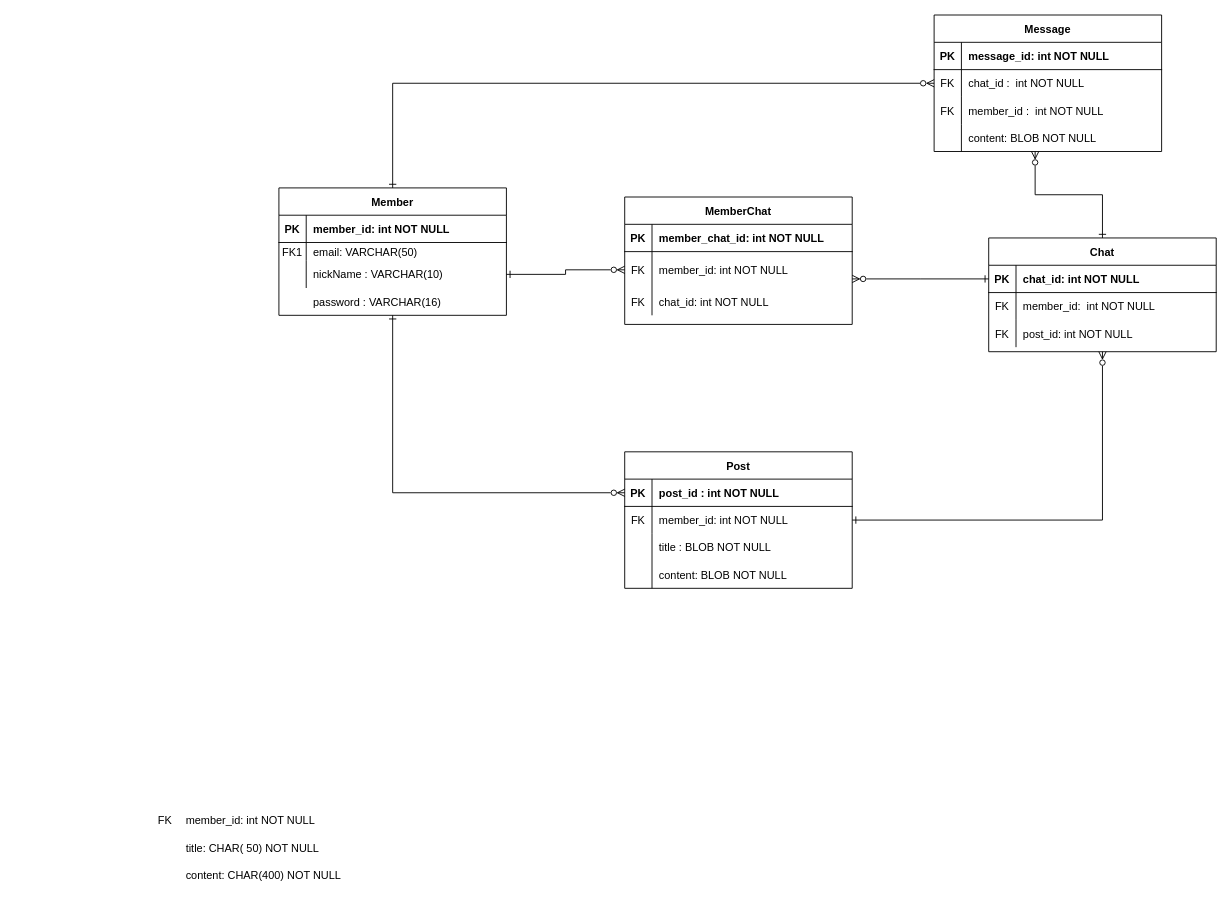
The draw.io diagram ERD.drawio in rlagudtn/Share, before the edit. Source tidied: cells renumbered, new cells numbered last; positions are measured from the earlier drawing's top-left corner, leaving out a move shared by most shapes. Both pictures are drawn from the tidied source at 91%, with x=0, y=0 at pixel (151, 15).
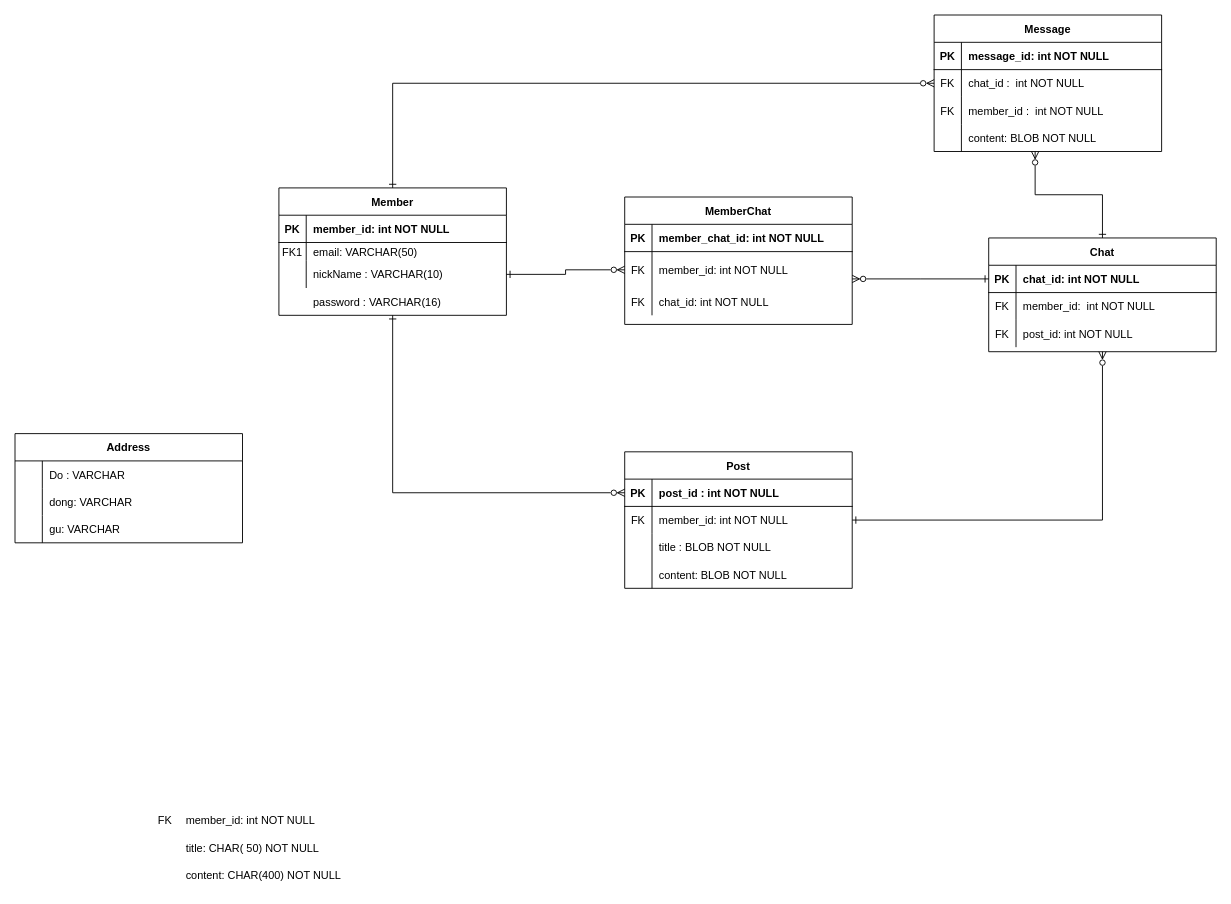
Above is the later version.

The edit, as a diff of the source:
```diff
@@
+    <mxCell id="76" value="Address" style="shape=table;startSize=30;childLayout=tableLayout;rowLines=0;fontStyle=1;align=center;" parent="1" vertex="1">
+      <mxGeometry x="-150" y="460" width="250" height="120" as="geometry" />
+    </mxCell>
+    <mxCell id="77" style="shape=partialRectangle;fillColor=none;top=0;left=0;right=0;bottom=0;" parent="76" vertex="1">
+      <mxGeometry y="30" width="250" height="30" as="geometry" />
+    </mxCell>
+    <mxCell id="78" style="shape=partialRectangle;overflow=hidden;fillColor=none;top=0;left=0;bottom=0;right=0;" parent="77" vertex="1">
+      <mxGeometry width="30" height="30" as="geometry" />
+    </mxCell>
+    <mxCell id="79" value="Do : VARCHAR" style="shape=partialRectangle;overflow=hidden;fillColor=none;top=0;left=0;bottom=0;right=0;align=left;spacingLeft=6;" parent="77" vertex="1">
+      <mxGeometry x="30" width="220" height="30" as="geometry" />
+    </mxCell>
+    <mxCell id="80" style="shape=partialRectangle;fillColor=none;top=0;left=0;right=0;bottom=0;" parent="76" vertex="1">
+      <mxGeometry y="60" width="250" height="30" as="geometry" />
+    </mxCell>
+    <mxCell id="81" style="shape=partialRectangle;overflow=hidden;fillColor=none;top=0;left=0;bottom=0;right=0;" parent="80" vertex="1">
+      <mxGeometry width="30" height="30" as="geometry" />
+    </mxCell>
+    <mxCell id="82" value="dong: VARCHAR" style="shape=partialRectangle;overflow=hidden;fillColor=none;top=0;left=0;bottom=0;right=0;align=left;spacingLeft=6;" parent="80" vertex="1">
+      <mxGeometry x="30" width="220" height="30" as="geometry" />
+    </mxCell>
+    <mxCell id="83" style="shape=partialRectangle;fillColor=none;top=0;left=0;right=0;bottom=0;" parent="76" vertex="1">
+      <mxGeometry y="90" width="250" height="30" as="geometry" />
+    </mxCell>
+    <mxCell id="84" style="shape=partialRectangle;overflow=hidden;fillColor=none;top=0;left=0;bottom=0;right=0;" parent="83" vertex="1">
+      <mxGeometry width="30" height="30" as="geometry" />
+    </mxCell>
+    <mxCell id="85" value="gu: VARCHAR" style="shape=partialRectangle;overflow=hidden;fillColor=none;top=0;left=0;bottom=0;right=0;align=left;spacingLeft=6;" parent="83" vertex="1">
+      <mxGeometry x="30" width="220" height="30" as="geometry" />
+    </mxCell>
```
